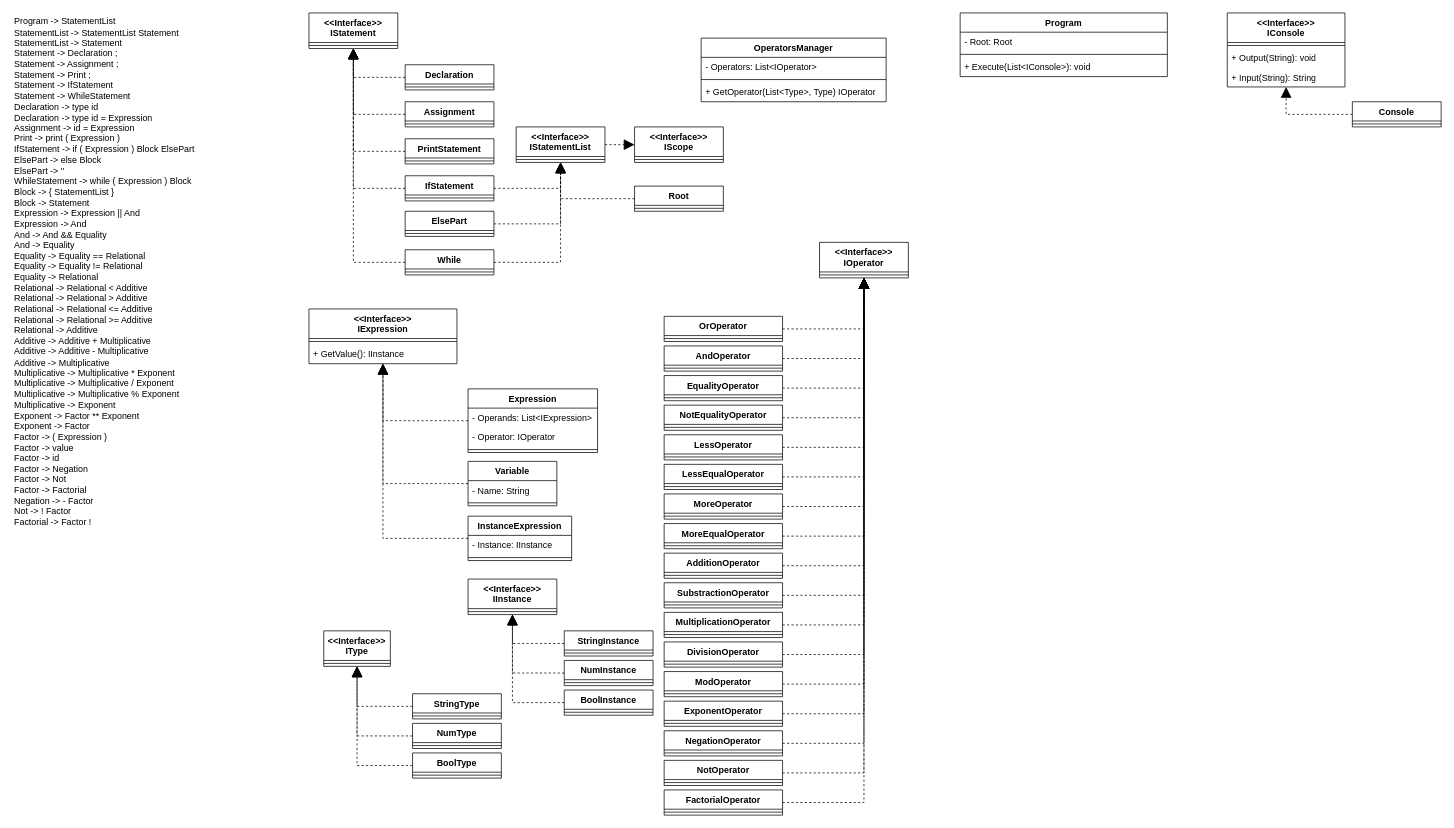
The draw.io diagram SPL diagram.drawio in RomanKuschanow/MathFlow, before the edit. Source tidied: cells renumbered, new cells numbered last; positions are measured from the earlier drawing's top-left corner, leaving out a move shared by most shapes. Both pictures are drawn from the tidied source at 74%, with x=0, y=0 at pixel (13, 13).
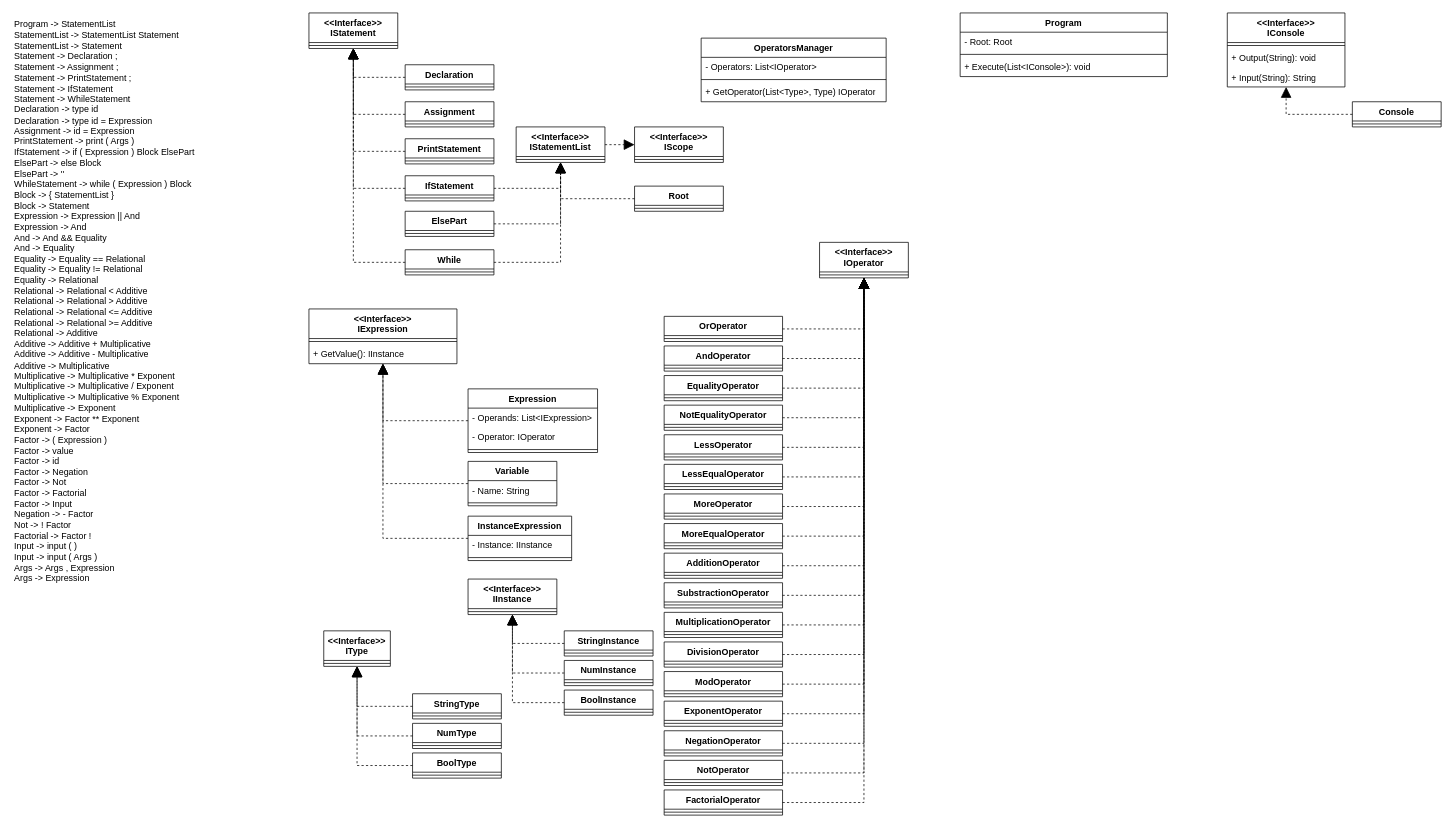
The same page after the edit.

Diff of the diagram source:
```diff
@@
-    <mxCell id="32" value="&lt;div&gt;Program -&amp;gt; StatementList&lt;/div&gt;&lt;div&gt;StatementList -&amp;gt; StatementList Statement&lt;/div&gt;&lt;div&gt;StatementList -&amp;gt; Statement&lt;/div&gt;&lt;div&gt;Statement -&amp;gt; Declaration ;&lt;/div&gt;&lt;div&gt;Statement -&amp;gt; Assignment ;&lt;/div&gt;&lt;div&gt;Statement -&amp;gt; Print ;&lt;/div&gt;&lt;div&gt;Statement -&amp;gt; IfStatement&lt;/div&gt;&lt;div&gt;Statement -&amp;gt; WhileStatement&lt;/div&gt;&lt;div&gt;Declaration -&amp;gt; type id&lt;/div&gt;&lt;div&gt;Declaration -&amp;gt; type id = Expression&lt;/div&gt;&lt;div&gt;Assignment -&amp;gt; id = Expression&lt;/div&gt;&lt;div&gt;Print -&amp;gt; print ( Expression )&lt;/div&gt;&lt;div&gt;IfStatement -&amp;gt; if ( Expression ) Block ElsePart&lt;/div&gt;&lt;div&gt;ElsePart -&amp;gt; else Block&lt;/div&gt;&lt;div&gt;ElsePart -&amp;gt; ''&lt;/div&gt;&lt;div&gt;WhileStatement -&amp;gt; while ( Expression ) Block&lt;/div&gt;&lt;div&gt;Block -&amp;gt; { StatementList }&lt;/div&gt;&lt;div&gt;Block -&amp;gt; Statement&lt;/div&gt;&lt;div&gt;Expression -&amp;gt; Expression || And&lt;/div&gt;&lt;div&gt;Expression -&amp;gt; And&lt;/div&gt;&lt;div&gt;And -&amp;gt; And &amp;amp;&amp;amp; Equality&lt;/div&gt;&lt;div&gt;And -&amp;gt; Equality&lt;/div&gt;&lt;div&gt;Equality -&amp;gt; Equality == Relational&lt;/div&gt;&lt;div&gt;Equality -&amp;gt; Equality != Relational&lt;/div&gt;&lt;div&gt;Equality -&amp;gt; Relational&lt;/div&gt;&lt;div&gt;Relational -&amp;gt; Relational &amp;lt; Additive&lt;/div&gt;&lt;div&gt;Relational -&amp;gt; Relational &amp;gt; Additive&lt;/div&gt;&lt;div&gt;Relational -&amp;gt; Relational &amp;lt;= Additive&lt;/div&gt;&lt;div&gt;Relational -&amp;gt; Relational &amp;gt;= Additive&lt;/div&gt;&lt;div&gt;Relational -&amp;gt; Additive&lt;/div&gt;&lt;div&gt;Additive -&amp;gt; Additive + Multiplicative&lt;/div&gt;&lt;div&gt;Additive -&amp;gt; Additive - Multiplicative&lt;/div&gt;&lt;div&gt;Additive -&amp;gt; Multiplicative&lt;/div&gt;&lt;div&gt;Multiplicative -&amp;gt; Multiplicative * Exponent&lt;/div&gt;&lt;div&gt;Multiplicative -&amp;gt; Multiplicative / Exponent&lt;/div&gt;&lt;div&gt;Multiplicative -&amp;gt; Multiplicative % Exponent&lt;br&gt;&lt;/div&gt;&lt;div&gt;Multiplicative -&amp;gt; Exponent&lt;/div&gt;&lt;div&gt;Exponent -&amp;gt; Factor ** Exponent&lt;/div&gt;&lt;div&gt;Exponent -&amp;gt; Factor&lt;/div&gt;&lt;div&gt;Factor -&amp;gt; ( Expression )&lt;/div&gt;&lt;div&gt;Factor -&amp;gt; value&lt;/div&gt;&lt;div&gt;Factor -&amp;gt; id&lt;/div&gt;&lt;div&gt;Factor -&amp;gt; Negation&lt;/div&gt;&lt;div&gt;Factor -&amp;gt; Not&lt;/div&gt;&lt;div&gt;Factor -&amp;gt; Factorial&lt;/div&gt;&lt;div&gt;Negation -&amp;gt; - Factor&lt;/div&gt;&lt;div&gt;Not -&amp;gt; ! Factor&lt;/div&gt;&lt;div&gt;Factorial -&amp;gt; Factor !&lt;/div&gt;&lt;div&gt;&lt;/div&gt;" style="text;html=1;align=left;verticalAlign=middle;strokeColor=none;fillColor=none;" parent="1" vertex="1">
-      <mxGeometry width="270" height="700" as="geometry" />
+    <mxCell id="32" value="&lt;div&gt;&lt;div&gt;Program -&amp;gt; StatementList&lt;/div&gt;&lt;div&gt;StatementList -&amp;gt; StatementList Statement&lt;/div&gt;&lt;div&gt;StatementList -&amp;gt; Statement&lt;/div&gt;&lt;div&gt;Statement -&amp;gt; Declaration ;&lt;/div&gt;&lt;div&gt;Statement -&amp;gt; Assignment ;&lt;/div&gt;&lt;div&gt;Statement -&amp;gt; PrintStatement ;&lt;/div&gt;&lt;div&gt;Statement -&amp;gt; IfStatement&lt;/div&gt;&lt;div&gt;Statement -&amp;gt; WhileStatement&lt;/div&gt;&lt;div&gt;Declaration -&amp;gt; type id&lt;/div&gt;&lt;div&gt;Declaration -&amp;gt; type id = Expression&lt;/div&gt;&lt;div&gt;Assignment -&amp;gt; id = Expression&lt;/div&gt;&lt;div&gt;PrintStatement -&amp;gt; print ( Args )&lt;/div&gt;&lt;div&gt;IfStatement -&amp;gt; if ( Expression ) Block ElsePart&lt;/div&gt;&lt;div&gt;ElsePart -&amp;gt; else Block&lt;/div&gt;&lt;div&gt;ElsePart -&amp;gt; ''&lt;/div&gt;&lt;div&gt;WhileStatement -&amp;gt; while ( Expression ) Block&lt;/div&gt;&lt;div&gt;Block -&amp;gt; { StatementList }&lt;/div&gt;&lt;div&gt;Block -&amp;gt; Statement&lt;/div&gt;&lt;div&gt;Expression -&amp;gt; Expression || And&lt;/div&gt;&lt;div&gt;Expression -&amp;gt; And&lt;/div&gt;&lt;div&gt;And -&amp;gt; And &amp;amp;&amp;amp; Equality&lt;/div&gt;&lt;div&gt;And -&amp;gt; Equality&lt;/div&gt;&lt;div&gt;Equality -&amp;gt; Equality == Relational&lt;/div&gt;&lt;div&gt;Equality -&amp;gt; Equality != Relational&lt;/div&gt;&lt;div&gt;Equality -&amp;gt; Relational&lt;/div&gt;&lt;div&gt;Relational -&amp;gt; Relational &amp;lt; Additive&lt;/div&gt;&lt;div&gt;Relational -&amp;gt; Relational &amp;gt; Additive&lt;/div&gt;&lt;div&gt;Relational -&amp;gt; Relational &amp;lt;= Additive&lt;/div&gt;&lt;div&gt;Relational -&amp;gt; Relational &amp;gt;= Additive&lt;/div&gt;&lt;div&gt;Relational -&amp;gt; Additive&lt;/div&gt;&lt;div&gt;Additive -&amp;gt; Additive + Multiplicative&lt;/div&gt;&lt;div&gt;Additive -&amp;gt; Additive - Multiplicative&lt;/div&gt;&lt;div&gt;Additive -&amp;gt; Multiplicative&lt;/div&gt;&lt;div&gt;Multiplicative -&amp;gt; Multiplicative * Exponent&lt;/div&gt;&lt;div&gt;Multiplicative -&amp;gt; Multiplicative / Exponent&lt;/div&gt;&lt;div&gt;Multiplicative -&amp;gt; Multiplicative % Exponent&lt;/div&gt;&lt;div&gt;Multiplicative -&amp;gt; Exponent&lt;/div&gt;&lt;div&gt;Exponent -&amp;gt; Factor ** Exponent&lt;/div&gt;&lt;div&gt;Exponent -&amp;gt; Factor&lt;/div&gt;&lt;div&gt;Factor -&amp;gt; ( Expression )&lt;/div&gt;&lt;div&gt;Factor -&amp;gt; value&lt;/div&gt;&lt;div&gt;Factor -&amp;gt; id&lt;/div&gt;&lt;div&gt;Factor -&amp;gt; Negation&lt;/div&gt;&lt;div&gt;Factor -&amp;gt; Not&lt;/div&gt;&lt;div&gt;Factor -&amp;gt; Factorial&lt;/div&gt;&lt;div&gt;Factor -&amp;gt; Input&lt;/div&gt;&lt;div&gt;Negation -&amp;gt; - Factor&lt;/div&gt;&lt;div&gt;Not -&amp;gt; ! Factor&lt;/div&gt;&lt;div&gt;Factorial -&amp;gt; Factor !&lt;/div&gt;&lt;div&gt;Input -&amp;gt; input ( )&lt;/div&gt;&lt;div&gt;Input -&amp;gt; input ( Args )&lt;/div&gt;&lt;div&gt;Args -&amp;gt; Args , Expression&lt;/div&gt;&lt;div&gt;Args -&amp;gt; Expression&lt;/div&gt;&lt;/div&gt;&lt;div&gt;&lt;/div&gt;" style="text;html=1;align=left;verticalAlign=middle;strokeColor=none;fillColor=none;" parent="1" vertex="1">
+      <mxGeometry width="270" height="780" as="geometry" />
     </mxCell>
```
